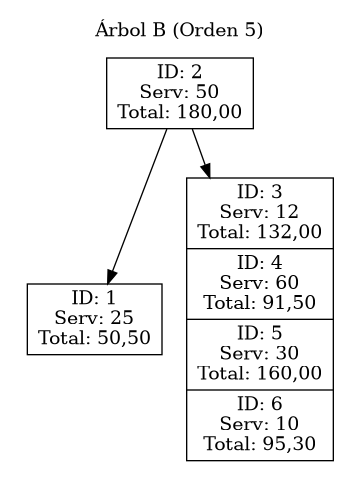
Before: Proyecto-Fase 2/Reportes/B.png, a diagram exported from Graphviz (Rodrigo-1504/-EDD-1S2025_202202854). Its source is kept beside it as Proyecto-Fase 2/Reportes/B.dot.
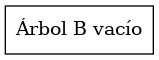
Above is the later version.

Change to the diagram source:
```diff
@@ -1,12 +1,4 @@
-digraph BTree {
+digraph G {
 	node[shape=record];
-	graph[pencolor=transparent];
-	subgraph cluster_0{
-		label = "Árbol B (Orden 5)";
-	"node0" [label = "{ID: 2\nServ: 50\nTotal: 180,00}"];
-	"node1" [label = "{ID: 1\nServ: 25\nTotal: 50,50}"];
-	"node0" -> "node1";
-	"node2" [label = "{ID: 3\nServ: 12\nTotal: 132,00|ID: 4\nServ: 60\nTotal: 91,50|ID: 5\nServ: 30\nTotal: 160,00|ID: 6\nServ: 10\nTotal: 95,30}"];
-	"node0" -> "node2";
-	}
+	NULL[label = "{Árbol B vacío}"];
 }
```
